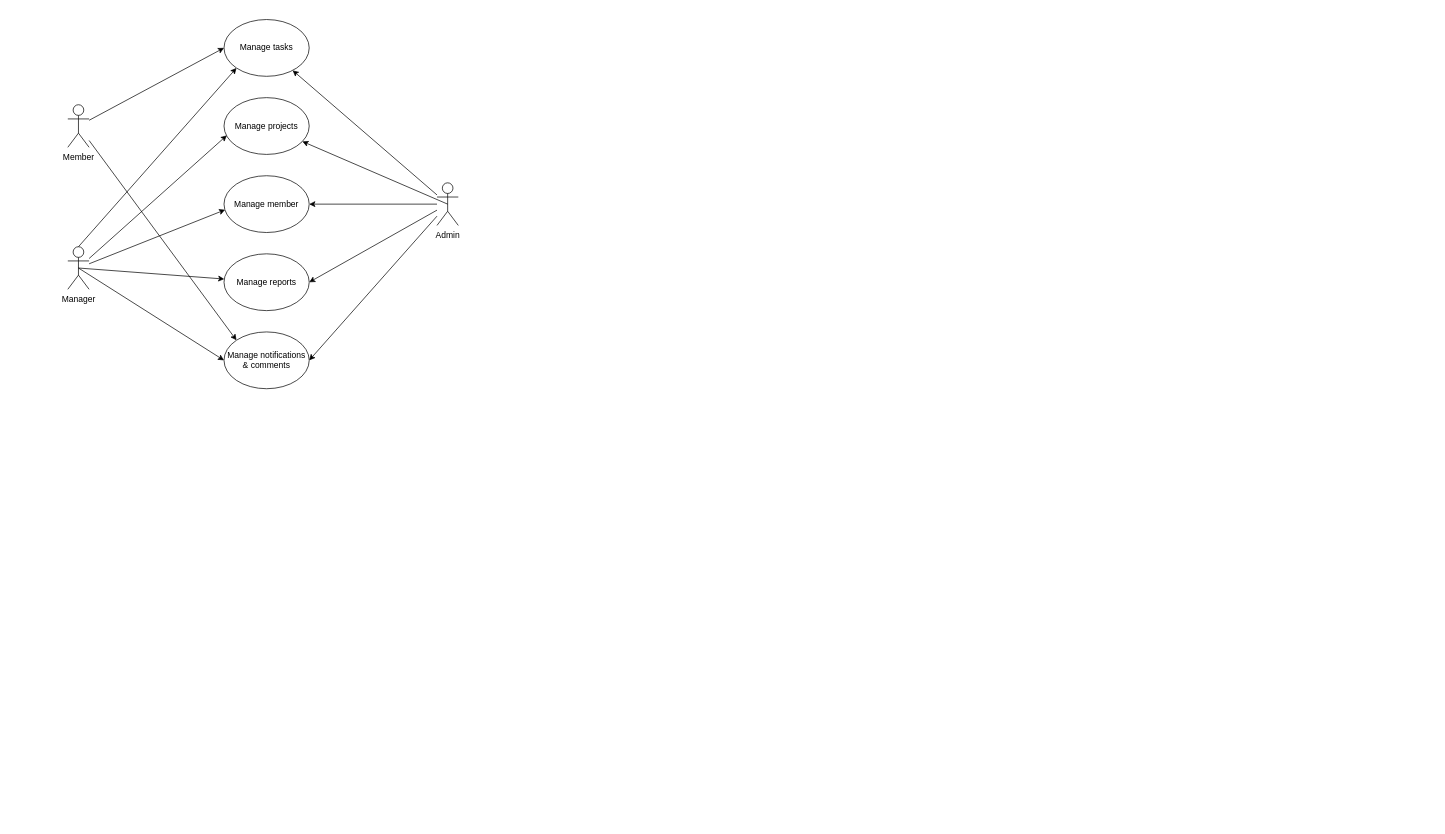
nguyen2f/UNIWork keeps this draw.io diagram as Usecase.drawio. Above is the earlier version. Source tidied: cells renumbered, new cells numbered last; positions are measured from the earlier drawing's top-left corner, leaving out a move shared by most shapes. Both pictures are drawn from the tidied source at 71%, with x=0, y=0 at pixel (67, 19).
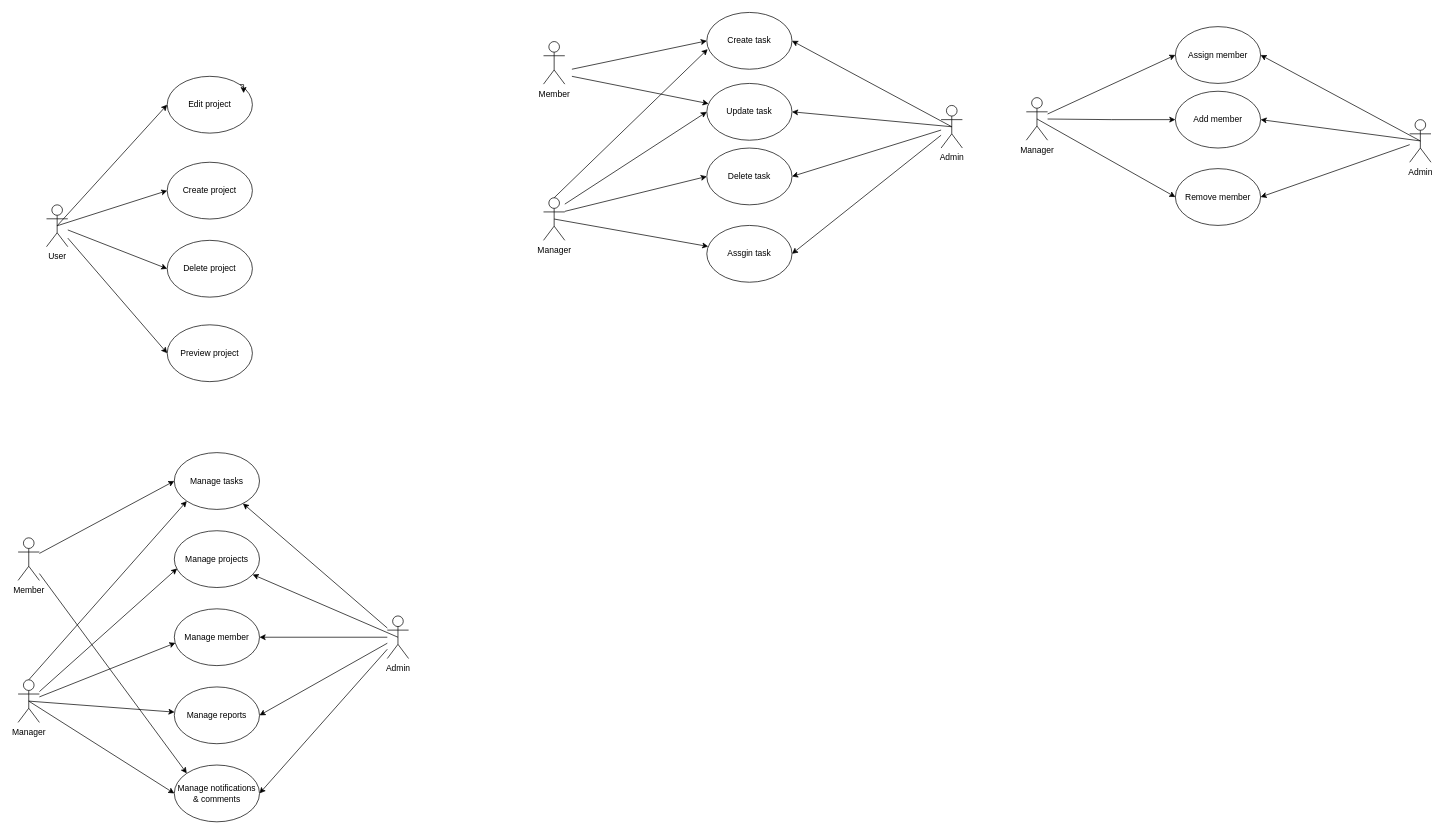
After the change.

Change to the diagram source:
```diff
@@
-    <mxCell id="2" value="Member" style="shape=umlActor;verticalLabelPosition=bottom;verticalAlign=top;html=1;outlineConnect=0;" parent="1" vertex="1">
-      <mxGeometry y="120" width="30" height="60" as="geometry" />
-    </mxCell>
-    <mxCell id="3" value="Manager" style="shape=umlActor;verticalLabelPosition=bottom;verticalAlign=top;html=1;outlineConnect=0;" parent="1" vertex="1">
-      <mxGeometry y="320" width="30" height="60" as="geometry" />
-    </mxCell>
-    <mxCell id="4" value="Admin" style="shape=umlActor;verticalLabelPosition=bottom;verticalAlign=top;html=1;outlineConnect=0;" parent="1" vertex="1">
-      <mxGeometry x="520" y="230" width="30" height="60" as="geometry" />
+    <mxCell id="4" value="User" style="shape=umlActor;verticalLabelPosition=bottom;verticalAlign=top;html=1;outlineConnect=0;" parent="1" vertex="1">
+      <mxGeometry x="-30" y="261" width="30" height="59" as="geometry" />
     </mxCell>
-    <mxCell id="5" value="Manage projects" style="ellipse;whiteSpace=wrap;html=1;" parent="1" vertex="1">
-      <mxGeometry x="220" y="110" width="120" height="80" as="geometry" />
+    <mxCell id="5" value="Edit project" style="ellipse;whiteSpace=wrap;html=1;" parent="1" vertex="1">
+      <mxGeometry x="140" y="80" width="120" height="80" as="geometry" />
     </mxCell>
-    <mxCell id="6" value="Manage tasks" style="ellipse;whiteSpace=wrap;html=1;" parent="1" vertex="1">
-      <mxGeometry x="220" width="120" height="80" as="geometry" />
+    <mxCell id="6" value="Create project" style="ellipse;whiteSpace=wrap;html=1;" parent="1" vertex="1">
+      <mxGeometry x="140" y="201" width="120" height="80" as="geometry" />
     </mxCell>
-    <mxCell id="7" value="Manage member" style="ellipse;whiteSpace=wrap;html=1;" parent="1" vertex="1">
-      <mxGeometry x="220" y="220" width="120" height="80" as="geometry" />
+    <mxCell id="7" value="Delete project" style="ellipse;whiteSpace=wrap;html=1;" parent="1" vertex="1">
+      <mxGeometry x="140" y="311" width="120" height="80" as="geometry" />
     </mxCell>
-    <mxCell id="8" value="Manage reports" style="ellipse;whiteSpace=wrap;html=1;" parent="1" vertex="1">
-      <mxGeometry x="220" y="330" width="120" height="80" as="geometry" />
+    <mxCell id="8" value="Preview project" style="ellipse;whiteSpace=wrap;html=1;" parent="1" vertex="1">
+      <mxGeometry x="140" y="430" width="120" height="80" as="geometry" />
     </mxCell>
-    <mxCell id="9" value="Manage notifications &amp;amp; comments" style="ellipse;whiteSpace=wrap;html=1;" parent="1" vertex="1">
-      <mxGeometry x="220" y="440" width="120" height="80" as="geometry" />
-    </mxCell>
-    <mxCell id="10" style="endArrow=classic;html=1;rounded=0;entryX=0;entryY=0.5;entryDx=0;entryDy=0;" parent="1" edge="1" source="2" target="6">
-      <mxGeometry relative="1" as="geometry" />
-    </mxCell>
-    <mxCell id="11" style="endArrow=classic;html=1;rounded=0;entryX=0.033;entryY=0.665;entryDx=0;entryDy=0;entryPerimeter=0;" parent="1" edge="1" source="3" target="5">
-      <mxGeometry relative="1" as="geometry" />
-    </mxCell>
-    <mxCell id="12" style="endArrow=classic;html=1;rounded=0;exitX=0.5;exitY=0;exitDx=0;exitDy=0;exitPerimeter=0;entryX=0;entryY=1;entryDx=0;entryDy=0;" parent="1" edge="1" source="3" target="6">
-      <mxGeometry relative="1" as="geometry" />
-    </mxCell>
-    <mxCell id="13" style="endArrow=classic;html=1;rounded=0;exitX=0.5;exitY=0.5;exitDx=0;exitDy=0;exitPerimeter=0;entryX=0;entryY=0.5;entryDx=0;entryDy=0;" parent="1" edge="1" source="3" target="9">
-      <mxGeometry relative="1" as="geometry" />
-    </mxCell>
-    <mxCell id="14" style="endArrow=classic;html=1;rounded=0;entryX=0.013;entryY=0.6;entryDx=0;entryDy=0;entryPerimeter=0;" parent="1" edge="1" source="3" target="7">
-      <mxGeometry relative="1" as="geometry" />
-    </mxCell>
-    <mxCell id="15" style="endArrow=classic;html=1;rounded=0;entryX=1;entryY=0.5;entryDx=0;entryDy=0;" parent="1" edge="1" source="4" target="7">
+    <mxCell id="15" style="endArrow=classic;html=1;rounded=0;entryX=0;entryY=0.5;entryDx=0;entryDy=0;" parent="1" edge="1" source="4" target="7">
       <mxGeometry relative="1" as="geometry" />
     </mxCell>
-    <mxCell id="16" style="endArrow=classic;html=1;rounded=0;exitX=0.5;exitY=0.5;exitDx=0;exitDy=0;exitPerimeter=0;" parent="1" edge="1" source="4" target="5">
+    <mxCell id="16" style="endArrow=classic;html=1;rounded=0;exitX=0.5;exitY=0.5;exitDx=0;exitDy=0;exitPerimeter=0;entryX=0;entryY=0.5;entryDx=0;entryDy=0;" parent="1" edge="1" source="4" target="5">
       <mxGeometry relative="1" as="geometry" />
     </mxCell>
+    <mxCell id="18" style="endArrow=classic;html=1;rounded=0;entryX=0;entryY=0.5;entryDx=0;entryDy=0;" parent="1" edge="1" source="4" target="8">
+      <mxGeometry relative="1" as="geometry" />
+    </mxCell>
-    <mxCell id="17" style="endArrow=classic;html=1;rounded=0;" parent="1" edge="1" source="4" target="6">
+    <mxCell id="17" style="endArrow=classic;html=1;rounded=0;exitX=0.5;exitY=0.5;exitDx=0;exitDy=0;exitPerimeter=0;entryX=0;entryY=0.5;entryDx=0;entryDy=0;" parent="1" edge="1" source="4" target="6">
       <mxGeometry relative="1" as="geometry" />
     </mxCell>
-    <mxCell id="18" style="endArrow=classic;html=1;rounded=0;entryX=1;entryY=0.5;entryDx=0;entryDy=0;" parent="1" edge="1" source="4" target="8">
-      <mxGeometry relative="1" as="geometry" />
-    </mxCell>
-    <mxCell id="19" style="endArrow=classic;html=1;rounded=0;entryX=1;entryY=0.5;entryDx=0;entryDy=0;" parent="1" edge="1" source="4" target="9">
-      <mxGeometry relative="1" as="geometry" />
-    </mxCell>
-    <mxCell id="20" style="endArrow=classic;html=1;rounded=0;entryX=0;entryY=0;entryDx=0;entryDy=0;" parent="1" edge="1" source="2" target="9">
-      <mxGeometry relative="1" as="geometry" />
-    </mxCell>
-    <mxCell id="21" style="endArrow=classic;html=1;rounded=0;exitX=0.5;exitY=0.5;exitDx=0;exitDy=0;exitPerimeter=0;" parent="1" edge="1" source="3" target="8">
-      <mxGeometry relative="1" as="geometry" />
-    </mxCell>
+    <mxCell id="22" value="Manager" style="shape=umlActor;verticalLabelPosition=bottom;verticalAlign=top;html=1;outlineConnect=0;" parent="1" vertex="1">
+      <mxGeometry x="670" y="251" width="30" height="60" as="geometry" />
+    </mxCell>
+    <mxCell id="23" value="Admin" style="shape=umlActor;verticalLabelPosition=bottom;verticalAlign=top;html=1;outlineConnect=0;" parent="1" vertex="1">
+      <mxGeometry x="1230" y="121" width="30" height="60" as="geometry" />
+    </mxCell>
+    <mxCell id="24" value="Update task" style="ellipse;whiteSpace=wrap;html=1;" parent="1" vertex="1">
+      <mxGeometry x="900" y="90" width="120" height="80" as="geometry" />
+    </mxCell>
+    <mxCell id="25" value="Delete task" style="ellipse;whiteSpace=wrap;html=1;" parent="1" vertex="1">
+      <mxGeometry x="900" y="181" width="120" height="80" as="geometry" />
+    </mxCell>
+    <mxCell id="26" value="Assgin task" style="ellipse;whiteSpace=wrap;html=1;" parent="1" vertex="1">
+      <mxGeometry x="900" y="290" width="120" height="80" as="geometry" />
+    </mxCell>
+    <mxCell id="27" style="endArrow=classic;html=1;rounded=0;entryX=0;entryY=0.5;entryDx=0;entryDy=0;" parent="1" edge="1" target="25">
+      <mxGeometry relative="1" as="geometry">
+        <mxPoint x="700" y="270.2" as="sourcePoint" />
+      </mxGeometry>
+    </mxCell>
+    <mxCell id="28" style="endArrow=classic;html=1;rounded=0;exitX=0.5;exitY=0;exitDx=0;exitDy=0;exitPerimeter=0;entryX=0.01;entryY=0.647;entryDx=0;entryDy=0;entryPerimeter=0;" parent="1" edge="1" source="22" target="35">
+      <mxGeometry relative="1" as="geometry" />
+    </mxCell>
+    <mxCell id="29" style="endArrow=classic;html=1;rounded=0;entryX=1;entryY=0.5;entryDx=0;entryDy=0;" parent="1" edge="1" source="23" target="25">
+      <mxGeometry relative="1" as="geometry" />
+    </mxCell>
+    <mxCell id="30" style="endArrow=classic;html=1;rounded=0;exitX=0.5;exitY=0.5;exitDx=0;exitDy=0;exitPerimeter=0;entryX=1;entryY=0.5;entryDx=0;entryDy=0;" parent="1" edge="1" source="23" target="24">
+      <mxGeometry relative="1" as="geometry" />
+    </mxCell>
+    <mxCell id="31" style="endArrow=classic;html=1;rounded=0;entryX=1;entryY=0.5;entryDx=0;entryDy=0;" parent="1" edge="1" source="23" target="26">
+      <mxGeometry relative="1" as="geometry" />
+    </mxCell>
+    <mxCell id="32" style="endArrow=classic;html=1;rounded=0;exitX=0.5;exitY=0.5;exitDx=0;exitDy=0;exitPerimeter=0;" parent="1" edge="1" source="22" target="26">
+      <mxGeometry relative="1" as="geometry" />
+    </mxCell>
+    <mxCell id="33" style="endArrow=classic;html=1;rounded=0;exitX=0.5;exitY=0.5;exitDx=0;exitDy=0;exitPerimeter=0;entryX=1;entryY=0.5;entryDx=0;entryDy=0;" parent="1" edge="1" source="23" target="35">
+      <mxGeometry relative="1" as="geometry" />
+    </mxCell>
+    <mxCell id="34" value="Member" style="shape=umlActor;verticalLabelPosition=bottom;verticalAlign=top;html=1;" parent="1" vertex="1">
+      <mxGeometry x="670" y="31" width="30" height="60" as="geometry" />
+    </mxCell>
+    <mxCell id="35" value="Create task" style="ellipse;whiteSpace=wrap;html=1;" parent="1" vertex="1">
+      <mxGeometry x="900" y="-10" width="120" height="80" as="geometry" />
+    </mxCell>
+    <mxCell id="36" style="endArrow=classic;html=1;rounded=0;entryX=0;entryY=0.5;entryDx=0;entryDy=0;" parent="1" edge="1" target="35">
+      <mxGeometry relative="1" as="geometry">
+        <mxPoint x="710" y="70" as="sourcePoint" />
+      </mxGeometry>
+    </mxCell>
+    <mxCell id="37" style="endArrow=classic;html=1;rounded=0;entryX=0;entryY=0.5;entryDx=0;entryDy=0;" parent="1" edge="1" target="24">
+      <mxGeometry relative="1" as="geometry">
+        <mxPoint x="700" y="260" as="sourcePoint" />
+      </mxGeometry>
+    </mxCell>
+    <mxCell id="38" style="endArrow=classic;html=1;rounded=0;" parent="1" edge="1" target="24">
+      <mxGeometry relative="1" as="geometry">
+        <mxPoint x="710" y="80" as="sourcePoint" />
+      </mxGeometry>
+    </mxCell>
+    <mxCell id="39" value="Manager" style="shape=umlActor;verticalLabelPosition=bottom;verticalAlign=top;html=1;outlineConnect=0;" parent="1" vertex="1">
+      <mxGeometry x="1350" y="110" width="30" height="60" as="geometry" />
+    </mxCell>
+    <mxCell id="40" value="Admin" style="shape=umlActor;verticalLabelPosition=bottom;verticalAlign=top;html=1;outlineConnect=0;" parent="1" vertex="1">
+      <mxGeometry x="1890" y="141" width="30" height="60" as="geometry" />
+    </mxCell>
+    <mxCell id="41" value="Add member" style="ellipse;whiteSpace=wrap;html=1;" parent="1" vertex="1">
+      <mxGeometry x="1560" y="101" width="120" height="80" as="geometry" />
+    </mxCell>
+    <mxCell id="42" value="Remove member" style="ellipse;whiteSpace=wrap;html=1;" parent="1" vertex="1">
+      <mxGeometry x="1560" y="210" width="120" height="80" as="geometry" />
+    </mxCell>
+    <mxCell id="43" style="endArrow=classic;html=1;rounded=0;entryX=1;entryY=0.5;entryDx=0;entryDy=0;" parent="1" edge="1" source="40" target="42">
+      <mxGeometry relative="1" as="geometry" />
+    </mxCell>
+    <mxCell id="44" style="endArrow=classic;html=1;rounded=0;exitX=0.5;exitY=0.5;exitDx=0;exitDy=0;exitPerimeter=0;entryX=1;entryY=0.5;entryDx=0;entryDy=0;" parent="1" edge="1" source="40" target="41">
+      <mxGeometry relative="1" as="geometry" />
+    </mxCell>
+    <mxCell id="45" style="endArrow=classic;html=1;rounded=0;exitX=0.5;exitY=0.5;exitDx=0;exitDy=0;exitPerimeter=0;entryX=1;entryY=0.5;entryDx=0;entryDy=0;" parent="1" edge="1" source="40" target="46">
+      <mxGeometry relative="1" as="geometry" />
+    </mxCell>
+    <mxCell id="46" value="Assign member" style="ellipse;whiteSpace=wrap;html=1;" parent="1" vertex="1">
+      <mxGeometry x="1560" y="10" width="120" height="80" as="geometry" />
+    </mxCell>
+    <mxCell id="47" style="endArrow=classic;html=1;rounded=0;entryX=0;entryY=0.5;entryDx=0;entryDy=0;" parent="1" edge="1" source="39" target="41">
+      <mxGeometry relative="1" as="geometry">
+        <Array as="points">
+          <mxPoint x="1470" y="141" />
+        </Array>
+      </mxGeometry>
+    </mxCell>
+    <mxCell id="48" style="endArrow=classic;html=1;rounded=0;entryX=0;entryY=0.5;entryDx=0;entryDy=0;exitX=0.5;exitY=0.5;exitDx=0;exitDy=0;exitPerimeter=0;" parent="1" edge="1" source="39" target="42">
+      <mxGeometry relative="1" as="geometry" />
+    </mxCell>
+    <mxCell id="49" style="endArrow=classic;html=1;rounded=0;entryX=0;entryY=0.5;entryDx=0;entryDy=0;" parent="1" edge="1" source="39" target="46">
+      <mxGeometry relative="1" as="geometry" />
+    </mxCell>
+    <mxCell id="50" value="Member" style="shape=umlActor;verticalLabelPosition=bottom;verticalAlign=top;html=1;outlineConnect=0;" parent="1" vertex="1">
+      <mxGeometry x="-70" y="730" width="30" height="60" as="geometry" />
+    </mxCell>
+    <mxCell id="51" value="Manager" style="shape=umlActor;verticalLabelPosition=bottom;verticalAlign=top;html=1;outlineConnect=0;" parent="1" vertex="1">
+      <mxGeometry x="-70" y="930" width="30" height="60" as="geometry" />
+    </mxCell>
+    <mxCell id="52" value="Admin" style="shape=umlActor;verticalLabelPosition=bottom;verticalAlign=top;html=1;outlineConnect=0;" parent="1" vertex="1">
+      <mxGeometry x="450" y="840" width="30" height="60" as="geometry" />
+    </mxCell>
+    <mxCell id="53" value="Manage projects" style="ellipse;whiteSpace=wrap;html=1;" parent="1" vertex="1">
+      <mxGeometry x="150" y="720" width="120" height="80" as="geometry" />
+    </mxCell>
+    <mxCell id="54" value="Manage tasks" style="ellipse;whiteSpace=wrap;html=1;" parent="1" vertex="1">
+      <mxGeometry x="150" y="610" width="120" height="80" as="geometry" />
+    </mxCell>
+    <mxCell id="55" value="Manage member" style="ellipse;whiteSpace=wrap;html=1;" parent="1" vertex="1">
+      <mxGeometry x="150" y="830" width="120" height="80" as="geometry" />
+    </mxCell>
+    <mxCell id="56" value="Manage reports" style="ellipse;whiteSpace=wrap;html=1;" parent="1" vertex="1">
+      <mxGeometry x="150" y="940" width="120" height="80" as="geometry" />
+    </mxCell>
+    <mxCell id="9" value="Manage notifications &amp;amp; comments" style="ellipse;whiteSpace=wrap;html=1;" parent="1" vertex="1">
+      <mxGeometry x="150" y="1050" width="120" height="80" as="geometry" />
+    </mxCell>
+    <mxCell id="57" style="endArrow=classic;html=1;rounded=0;entryX=0;entryY=0.5;entryDx=0;entryDy=0;" parent="1" edge="1" source="50" target="54">
+      <mxGeometry relative="1" as="geometry" />
+    </mxCell>
+    <mxCell id="58" style="endArrow=classic;html=1;rounded=0;entryX=0.033;entryY=0.665;entryDx=0;entryDy=0;entryPerimeter=0;" parent="1" edge="1" source="51" target="53">
+      <mxGeometry relative="1" as="geometry" />
+    </mxCell>
+    <mxCell id="59" style="endArrow=classic;html=1;rounded=0;exitX=0.5;exitY=0;exitDx=0;exitDy=0;exitPerimeter=0;entryX=0;entryY=1;entryDx=0;entryDy=0;" parent="1" edge="1" source="51" target="54">
+      <mxGeometry relative="1" as="geometry" />
+    </mxCell>
+    <mxCell id="60" style="endArrow=classic;html=1;rounded=0;exitX=0.5;exitY=0.5;exitDx=0;exitDy=0;exitPerimeter=0;entryX=0;entryY=0.5;entryDx=0;entryDy=0;" parent="1" edge="1" source="51" target="9">
+      <mxGeometry relative="1" as="geometry" />
+    </mxCell>
+    <mxCell id="61" style="endArrow=classic;html=1;rounded=0;entryX=0.013;entryY=0.6;entryDx=0;entryDy=0;entryPerimeter=0;" parent="1" edge="1" source="51" target="55">
+      <mxGeometry relative="1" as="geometry" />
+    </mxCell>
+    <mxCell id="62" style="endArrow=classic;html=1;rounded=0;entryX=1;entryY=0.5;entryDx=0;entryDy=0;" parent="1" edge="1" source="52" target="55">
+      <mxGeometry relative="1" as="geometry" />
+    </mxCell>
+    <mxCell id="63" style="endArrow=classic;html=1;rounded=0;exitX=0.5;exitY=0.5;exitDx=0;exitDy=0;exitPerimeter=0;" parent="1" edge="1" source="52" target="53">
+      <mxGeometry relative="1" as="geometry" />
+    </mxCell>
+    <mxCell id="64" style="endArrow=classic;html=1;rounded=0;" parent="1" edge="1" source="52" target="54">
+      <mxGeometry relative="1" as="geometry" />
+    </mxCell>
+    <mxCell id="65" style="endArrow=classic;html=1;rounded=0;entryX=1;entryY=0.5;entryDx=0;entryDy=0;" parent="1" edge="1" source="52" target="56">
+      <mxGeometry relative="1" as="geometry" />
+    </mxCell>
+    <mxCell id="66" style="endArrow=classic;html=1;rounded=0;entryX=1;entryY=0.5;entryDx=0;entryDy=0;" parent="1" edge="1" source="52" target="9">
+      <mxGeometry relative="1" as="geometry" />
+    </mxCell>
+    <mxCell id="67" style="endArrow=classic;html=1;rounded=0;entryX=0;entryY=0;entryDx=0;entryDy=0;" parent="1" edge="1" source="50" target="9">
+      <mxGeometry relative="1" as="geometry" />
+    </mxCell>
+    <mxCell id="68" style="endArrow=classic;html=1;rounded=0;exitX=0.5;exitY=0.5;exitDx=0;exitDy=0;exitPerimeter=0;" parent="1" edge="1" source="51" target="56">
+      <mxGeometry relative="1" as="geometry" />
+    </mxCell>
+    <mxCell id="69" style="edgeStyle=orthogonalEdgeStyle;rounded=0;orthogonalLoop=1;jettySize=auto;html=1;exitX=1;exitY=0;exitDx=0;exitDy=0;entryX=0.897;entryY=0.296;entryDx=0;entryDy=0;entryPerimeter=0;" parent="1" edge="1" source="5" target="5">
+      <mxGeometry relative="1" as="geometry" />
+    </mxCell>
```
